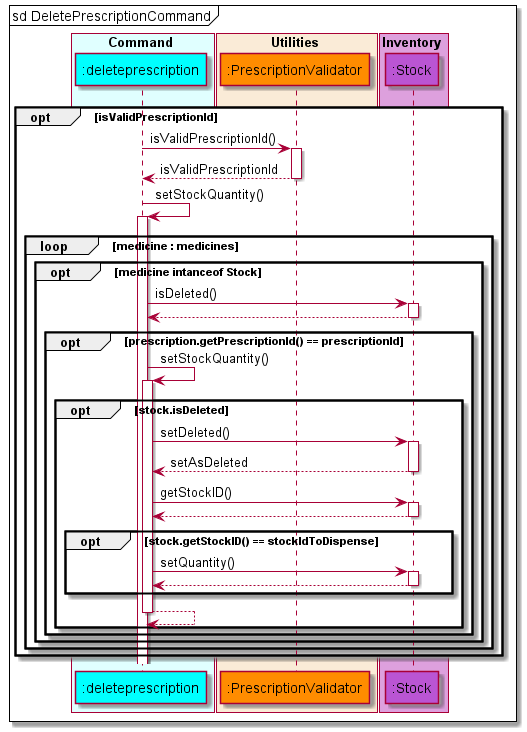
This is docs/diagrams/diagram_images/DeletePrescriptionSequenceDiagram.png from nus-cs2113-AY2122S1/tp, a PlantUML export, as it was before one commit. Source of this version:
```plantuml
@startuml DeletePrescriptionSequenceDiagram

!include style.puml

box Command COLOR_COMMAND_BOX
    participant ":deleteprescription" as deleteprescription COLOR_COMMAND
end box

box Utilities COLOR_UTILITIES_BOX
    participant ":PrescriptionValidator" as prescriptionValidator COLOR_UTILITIES
end box

box Inventory COLOR_INVENTORY_BOX
    participant ":Stock" as stock COLOR_INVENTORY
end box

autoactivate on
mainframe sd DeletePrescriptionCommand
    opt isValidPrescriptionId
    deleteprescription -> prescriptionValidator : isValidPrescriptionId()
    deleteprescription <-- prescriptionValidator : isValidPrescriptionId
    deleteprescription -> deleteprescription : setStockQuantity()
        loop medicine : medicines

            opt medicine intanceof Stock
                deleteprescription -> stock : isDeleted()
                deleteprescription <-- stock :
                opt prescription.getPrescriptionId() == prescriptionId
                deleteprescription -> deleteprescription : setStockQuantity()
                opt stock.isDeleted
                    deleteprescription -> stock : setDeleted()
                    deleteprescription <-- stock : setAsDeleted

                    deleteprescription -> stock : getStockID()
                    deleteprescription <-- stock :
                    opt stock.getStockID() == stockIdToDispense
                    deleteprescription -> stock : setQuantity()
                    deleteprescription <-- stock :
                    end
                    deleteprescription -->deleteprescription
                end

            end
        end
    end
    end



@enduml
```
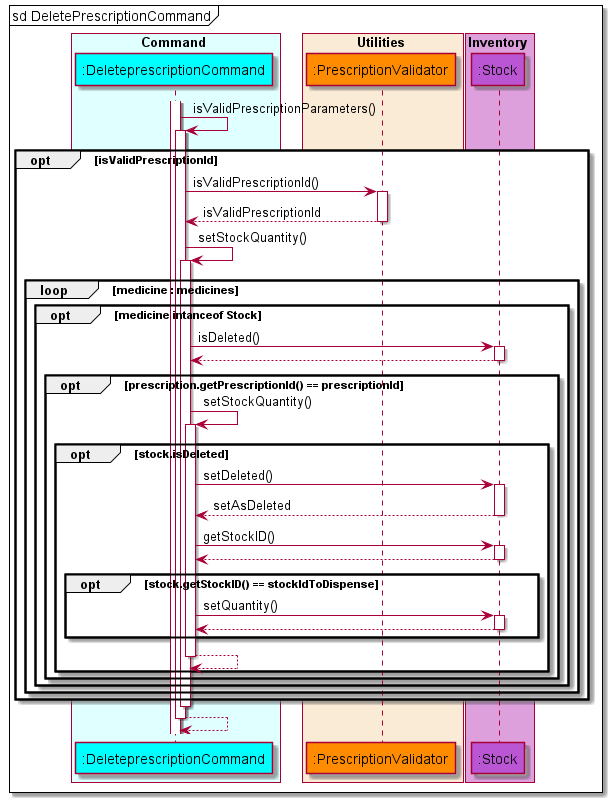
The same diagram one commit later.

Diff of the diagram source:
```diff
@@ -3,7 +3,7 @@
 !include style.puml
 
 box Command COLOR_COMMAND_BOX
-    participant ":deleteprescription" as deleteprescription COLOR_COMMAND
+    participant ":DeleteprescriptionCommand" as deleteprescription COLOR_COMMAND
 end box
 
 box Utilities COLOR_UTILITIES_BOX
@@ -16,6 +16,9 @@
 
 autoactivate on
 mainframe sd DeletePrescriptionCommand
+activate deleteprescription
+
+deleteprescription -> deleteprescription : isValidPrescriptionParameters()
     opt isValidPrescriptionId
     deleteprescription -> prescriptionValidator : isValidPrescriptionId()
     deleteprescription <-- prescriptionValidator : isValidPrescriptionId
@@ -44,7 +47,7 @@
         end
     end
     end
-
-
+deactivate deleteprescription
+deleteprescription --> deleteprescription :
 
 @enduml
```
